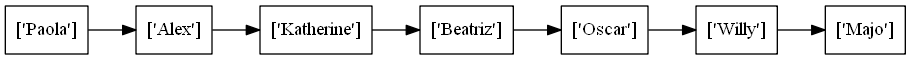
Before: UsersReport.png, a diagram exported from Graphviz (olgt/EDD_1S2019_P1_201612341). Its source is kept beside it as UsersReport.dot.
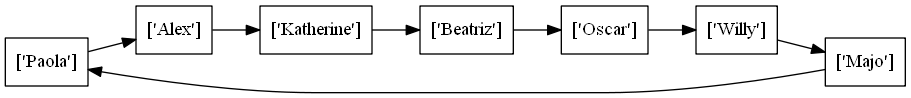
After the commit.

What changed in the source:
```diff
@@ -14,4 +14,5 @@
 node5 [label=" ['Willy'] "];
 node5 -> node6;
 node6 [label=" ['Majo'] "];
+node6 -> node0;
 }
```
